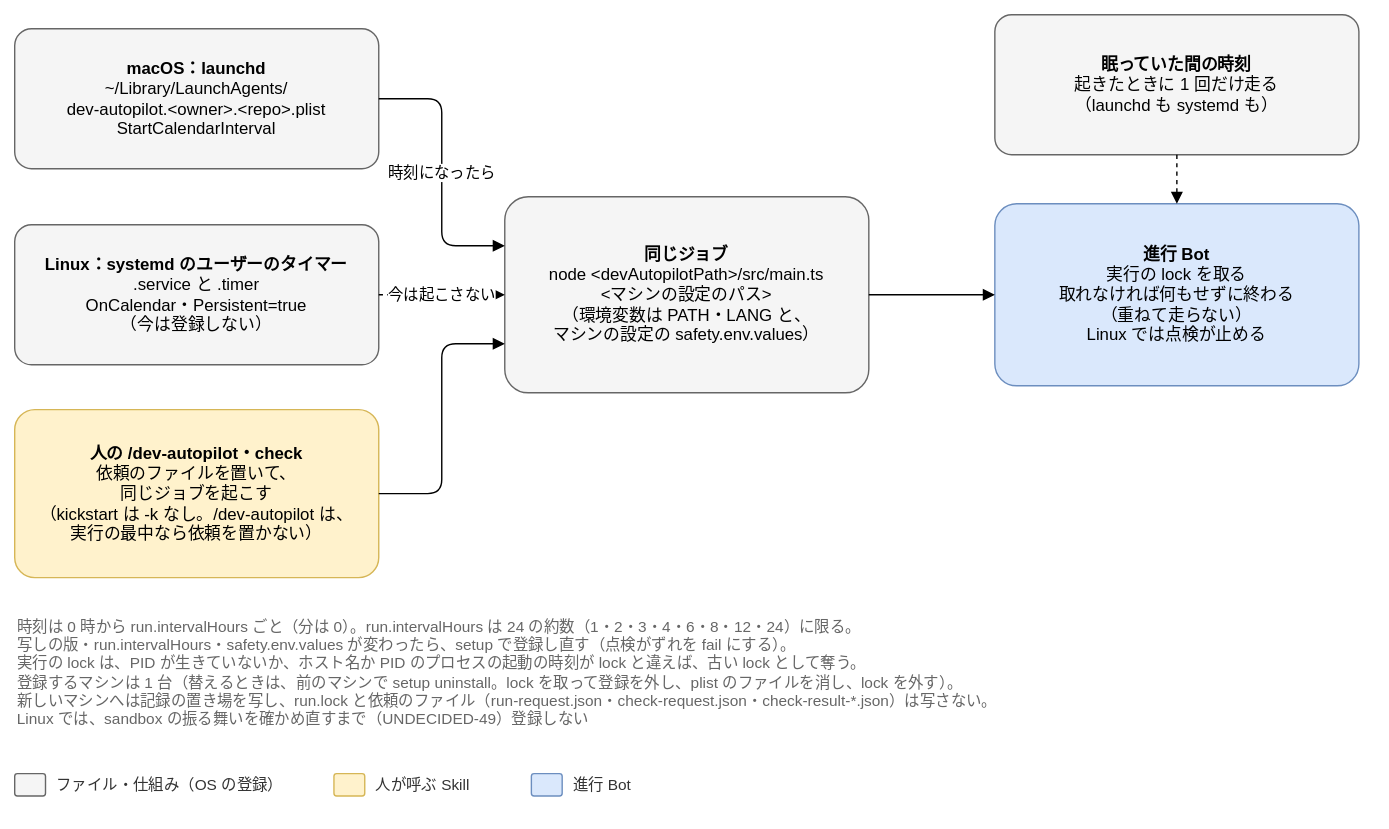
Earlier version of the draw.io export docs/design/basic/diagrams/04-schedule.drawio.svg (Joymerrevent/dev-autopilot). Source tidied: cells renumbered, new cells last; positions are measured from the earlier drawing's top-left corner, leaving out a move shared by most shapes.
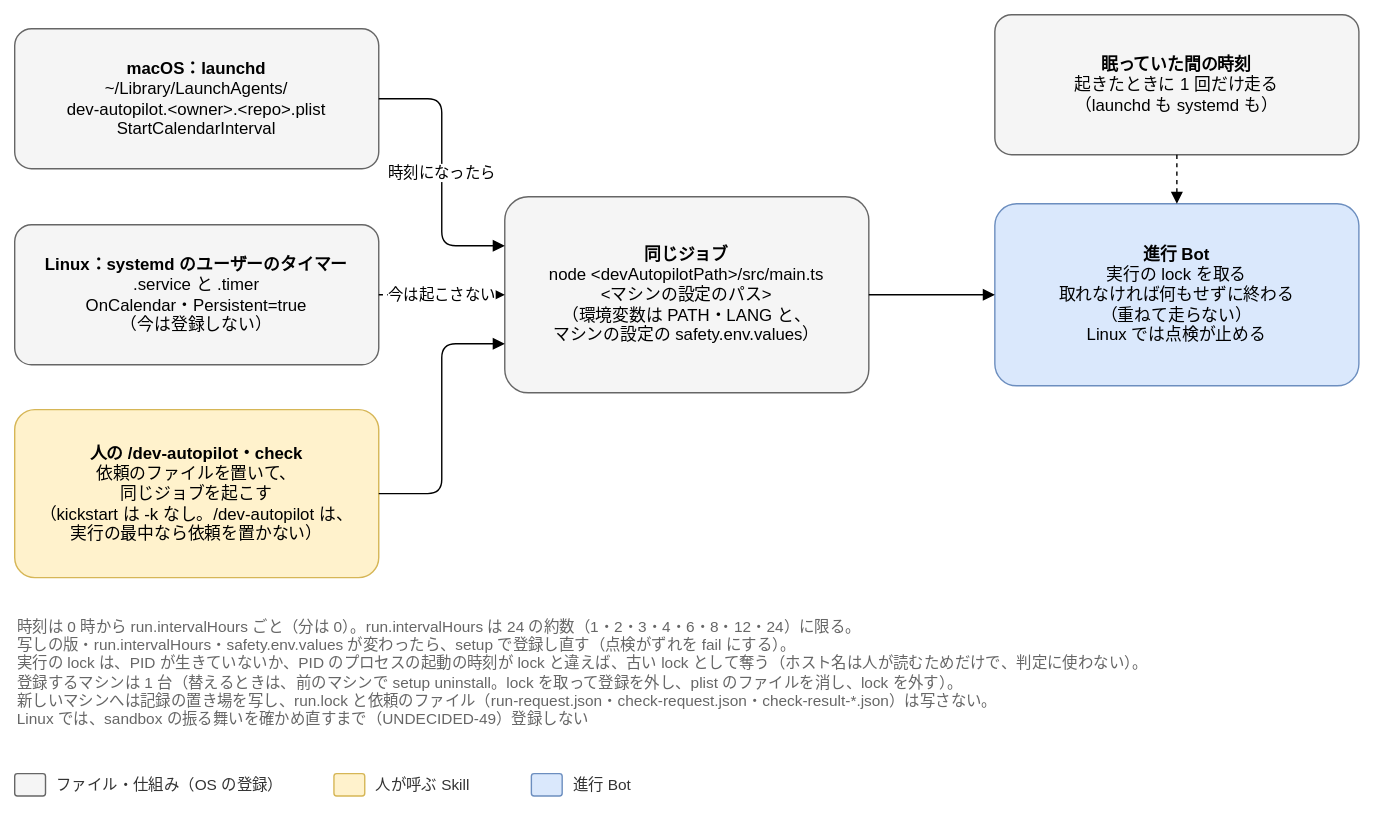
Later version of the same file.

The edit, as a diff of the source:
```diff
@@ -35,7 +35,7 @@
     <mxCell id="12" style="edgeStyle=orthogonalEdgeStyle;rounded=1;html=1;endArrow=block;endFill=1;fontSize=11;labelBackgroundColor=#ffffff;dashed=1;exitX=0.5;exitY=1;exitDx=0;exitDy=0;entryX=0.5;entryY=0;entryDx=0;entryDy=0;" parent="1" edge="1" source="11" target="9">
       <mxGeometry relative="1" as="geometry" />
     </mxCell>
-    <mxCell id="13" value="時刻は 0 時から run.intervalHours ごと（分は 0）。run.intervalHours は 24 の約数（1・2・3・4・6・8・12・24）に限る。&lt;br&gt;写しの版・run.intervalHours・safety.env.values が変わったら、setup で登録し直す（点検がずれを fail にする）。&lt;br&gt;実行の lock は、PID が生きていないか、ホスト名か PID のプロセスの起動の時刻が lock と違えば、古い lock として奪う。&lt;br&gt;登録するマシンは 1 台（替えるときは、前のマシンで setup uninstall。lock を取って登録を外し、plist のファイルを消し、lock を外す）。&lt;br&gt;新しいマシンへは記録の置き場を写し、run.lock と依頼のファイル（run-request.json・check-request.json・check-result-*.json）は写さない。&lt;br&gt;Linux では、sandbox の振る舞いを確かめ直すまで（UNDECIDED-49）登録しない" style="text;html=1;whiteSpace=wrap;align=left;verticalAlign=top;fontSize=11;fontColor=#666666;" parent="1" vertex="1">
+    <mxCell id="13" value="時刻は 0 時から run.intervalHours ごと（分は 0）。run.intervalHours は 24 の約数（1・2・3・4・6・8・12・24）に限る。&lt;br&gt;写しの版・run.intervalHours・safety.env.values が変わったら、setup で登録し直す（点検がずれを fail にする）。&lt;br&gt;実行の lock は、PID が生きていないか、PID のプロセスの起動の時刻が lock と違えば、古い lock として奪う（ホスト名は人が読むためだけで、判定に使わない）。&lt;br&gt;登録するマシンは 1 台（替えるときは、前のマシンで setup uninstall。lock を取って登録を外し、plist のファイルを消し、lock を外す）。&lt;br&gt;新しいマシンへは記録の置き場を写し、run.lock と依頼のファイル（run-request.json・check-request.json・check-result-*.json）は写さない。&lt;br&gt;Linux では、sandbox の振る舞いを確かめ直すまで（UNDECIDED-49）登録しない" style="text;html=1;whiteSpace=wrap;align=left;verticalAlign=top;fontSize=11;fontColor=#666666;" parent="1" vertex="1">
       <mxGeometry y="424" width="960" height="100" as="geometry" />
     </mxCell>
     <mxCell id="14" style="rounded=1;whiteSpace=wrap;html=1;fontSize=12;arcSize=12;spacing=12;fillColor=#f5f5f5;strokeColor=#666666;" parent="1" vertex="1">
```
